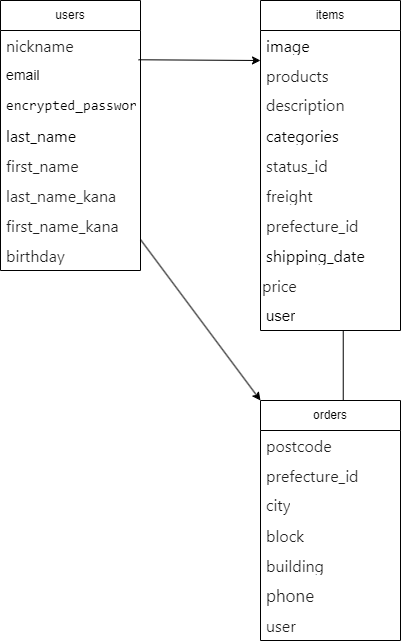
Before: tet.png, a diagram exported from draw.io (AYUMUNISHI/furima-40934). Source tidied: cells renumbered, new cells last; positions are measured from the earlier drawing's top-left corner, leaving out a move shared by most shapes.
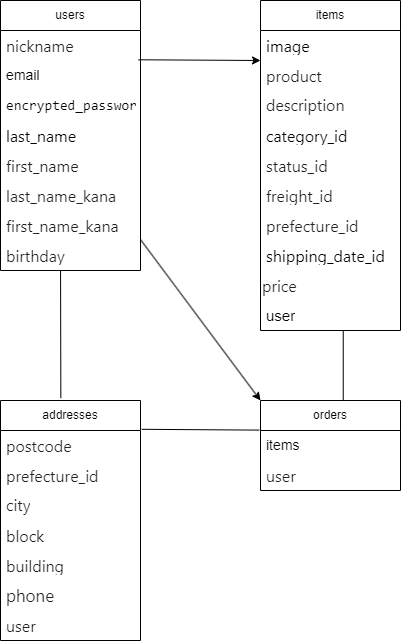
The same diagram one commit later.

Change to the diagram source:
```diff
@@ -35,25 +35,25 @@
     <mxCell id="12" value="&lt;font face=&quot;YakuHanJPs, -apple-system, BlinkMacSystemFont, Segoe UI, Hiragino Sans, Hiragino Kaku Gothic ProN, Meiryo, sans-serif&quot;&gt;&lt;span style=&quot;font-size: 16px;&quot;&gt;image&lt;/span&gt;&lt;/font&gt;" style="text;align=left;verticalAlign=middle;spacingLeft=4;spacingRight=4;overflow=hidden;html=1;labelBackgroundColor=default;" parent="11" vertex="1">
       <mxGeometry y="30" width="140" height="30" as="geometry" />
     </mxCell>
-    <mxCell id="13" value="&lt;span style=&quot;color: rgba(0, 0, 0, 0.87); font-family: YakuHanJPs, -apple-system, BlinkMacSystemFont, &amp;quot;Segoe UI&amp;quot;, &amp;quot;Hiragino Sans&amp;quot;, &amp;quot;Hiragino Kaku Gothic ProN&amp;quot;, Meiryo, sans-serif; font-size: 16px; text-align: right;&quot;&gt;products&lt;/span&gt;" style="text;strokeColor=none;fillColor=none;align=left;verticalAlign=middle;spacingLeft=4;spacingRight=4;overflow=hidden;points=[[0,0.5],[1,0.5]];portConstraint=eastwest;whiteSpace=wrap;html=1;labelBackgroundColor=default;" parent="11" vertex="1">
+    <mxCell id="13" value="&lt;span style=&quot;color: rgba(0, 0, 0, 0.87); font-family: YakuHanJPs, -apple-system, BlinkMacSystemFont, &amp;quot;Segoe UI&amp;quot;, &amp;quot;Hiragino Sans&amp;quot;, &amp;quot;Hiragino Kaku Gothic ProN&amp;quot;, Meiryo, sans-serif; font-size: 16px; text-align: right;&quot;&gt;product&lt;/span&gt;" style="text;strokeColor=none;fillColor=none;align=left;verticalAlign=middle;spacingLeft=4;spacingRight=4;overflow=hidden;points=[[0,0.5],[1,0.5]];portConstraint=eastwest;whiteSpace=wrap;html=1;labelBackgroundColor=default;" parent="11" vertex="1">
       <mxGeometry y="60" width="140" height="30" as="geometry" />
     </mxCell>
     <mxCell id="14" value="&lt;div style=&quot;font-family: Consolas, &amp;quot;Courier New&amp;quot;, monospace; font-size: 14px; line-height: 19px;&quot;&gt;&lt;span style=&quot;color: rgba(0, 0, 0, 0.87); font-family: YakuHanJPs, -apple-system, BlinkMacSystemFont, &amp;quot;Segoe UI&amp;quot;, &amp;quot;Hiragino Sans&amp;quot;, &amp;quot;Hiragino Kaku Gothic ProN&amp;quot;, Meiryo, sans-serif; font-size: 16px;&quot;&gt;description&lt;/span&gt;&lt;br&gt;&lt;/div&gt;" style="text;strokeColor=none;fillColor=none;align=left;verticalAlign=middle;spacingLeft=4;spacingRight=4;overflow=hidden;whiteSpace=wrap;html=1;labelBackgroundColor=default;" parent="11" vertex="1">
       <mxGeometry y="90" width="140" height="30" as="geometry" />
     </mxCell>
-    <mxCell id="15" value="&lt;div style=&quot;text-align: right;&quot;&gt;&lt;font face=&quot;YakuHanJPs, -apple-system, BlinkMacSystemFont, Segoe UI, Hiragino Sans, Hiragino Kaku Gothic ProN, Meiryo, sans-serif&quot;&gt;&lt;span style=&quot;font-size: 16px;&quot;&gt;categories&lt;/span&gt;&lt;/font&gt;&lt;/div&gt;" style="text;strokeColor=none;fillColor=none;align=left;verticalAlign=middle;spacingLeft=4;spacingRight=4;overflow=hidden;whiteSpace=wrap;html=1;labelBackgroundColor=default;" parent="11" vertex="1">
+    <mxCell id="15" value="&lt;div style=&quot;text-align: right;&quot;&gt;&lt;font face=&quot;YakuHanJPs, -apple-system, BlinkMacSystemFont, Segoe UI, Hiragino Sans, Hiragino Kaku Gothic ProN, Meiryo, sans-serif&quot;&gt;&lt;span style=&quot;font-size: 16px;&quot;&gt;category_id&lt;/span&gt;&lt;/font&gt;&lt;/div&gt;" style="text;strokeColor=none;fillColor=none;align=left;verticalAlign=middle;spacingLeft=4;spacingRight=4;overflow=hidden;whiteSpace=wrap;html=1;labelBackgroundColor=default;" parent="11" vertex="1">
       <mxGeometry y="120" width="140" height="30" as="geometry" />
     </mxCell>
     <mxCell id="16" value="&lt;span style=&quot;color: rgba(0, 0, 0, 0.87); font-family: YakuHanJPs, -apple-system, BlinkMacSystemFont, &amp;quot;Segoe UI&amp;quot;, &amp;quot;Hiragino Sans&amp;quot;, &amp;quot;Hiragino Kaku Gothic ProN&amp;quot;, Meiryo, sans-serif; font-size: 16px; text-align: right; background-color: rgb(255, 255, 255);&quot;&gt;status_id&lt;/span&gt;" style="text;strokeColor=none;fillColor=none;align=left;verticalAlign=middle;spacingLeft=4;spacingRight=4;overflow=hidden;whiteSpace=wrap;html=1;labelBackgroundColor=default;" parent="11" vertex="1">
       <mxGeometry y="150" width="140" height="30" as="geometry" />
     </mxCell>
-    <mxCell id="17" value="&lt;span style=&quot;color: rgba(0, 0, 0, 0.87); font-family: YakuHanJPs, -apple-system, BlinkMacSystemFont, &amp;quot;Segoe UI&amp;quot;, &amp;quot;Hiragino Sans&amp;quot;, &amp;quot;Hiragino Kaku Gothic ProN&amp;quot;, Meiryo, sans-serif; font-size: 16px;&quot;&gt;freight&lt;/span&gt;" style="text;strokeColor=none;fillColor=none;align=left;verticalAlign=middle;spacingLeft=4;spacingRight=4;overflow=hidden;whiteSpace=wrap;html=1;" parent="11" vertex="1">
+    <mxCell id="17" value="&lt;span style=&quot;color: rgba(0, 0, 0, 0.87); font-family: YakuHanJPs, -apple-system, BlinkMacSystemFont, &amp;quot;Segoe UI&amp;quot;, &amp;quot;Hiragino Sans&amp;quot;, &amp;quot;Hiragino Kaku Gothic ProN&amp;quot;, Meiryo, sans-serif; font-size: 16px;&quot;&gt;freight_id&lt;/span&gt;" style="text;strokeColor=none;fillColor=none;align=left;verticalAlign=middle;spacingLeft=4;spacingRight=4;overflow=hidden;whiteSpace=wrap;html=1;" parent="11" vertex="1">
       <mxGeometry y="180" width="140" height="30" as="geometry" />
     </mxCell>
     <mxCell id="18" value="&lt;span style=&quot;color: rgba(0, 0, 0, 0.87); font-family: YakuHanJPs, -apple-system, BlinkMacSystemFont, &amp;quot;Segoe UI&amp;quot;, &amp;quot;Hiragino Sans&amp;quot;, &amp;quot;Hiragino Kaku Gothic ProN&amp;quot;, Meiryo, sans-serif; font-size: 16px; text-align: right;&quot;&gt;prefecture_id&lt;/span&gt;" style="text;strokeColor=none;fillColor=none;align=left;verticalAlign=middle;spacingLeft=4;spacingRight=4;overflow=hidden;whiteSpace=wrap;html=1;labelBackgroundColor=default;" parent="11" vertex="1">
       <mxGeometry y="210" width="140" height="30" as="geometry" />
     </mxCell>
-    <mxCell id="19" value="&lt;div style=&quot;text-align: right;&quot;&gt;&lt;font face=&quot;YakuHanJPs, -apple-system, BlinkMacSystemFont, Segoe UI, Hiragino Sans, Hiragino Kaku Gothic ProN, Meiryo, sans-serif&quot;&gt;&lt;span style=&quot;font-size: 16px;&quot;&gt;shipping_date&lt;/span&gt;&lt;/font&gt;&lt;/div&gt;" style="text;strokeColor=none;fillColor=none;align=left;verticalAlign=middle;spacingLeft=4;spacingRight=4;overflow=hidden;whiteSpace=wrap;html=1;labelBackgroundColor=default;" parent="11" vertex="1">
+    <mxCell id="19" value="&lt;div style=&quot;text-align: right;&quot;&gt;&lt;font face=&quot;YakuHanJPs, -apple-system, BlinkMacSystemFont, Segoe UI, Hiragino Sans, Hiragino Kaku Gothic ProN, Meiryo, sans-serif&quot;&gt;&lt;span style=&quot;font-size: 16px;&quot;&gt;shipping_date_id&lt;/span&gt;&lt;/font&gt;&lt;/div&gt;" style="text;strokeColor=none;fillColor=none;align=left;verticalAlign=middle;spacingLeft=4;spacingRight=4;overflow=hidden;whiteSpace=wrap;html=1;labelBackgroundColor=default;" parent="11" vertex="1">
       <mxGeometry y="240" width="140" height="30" as="geometry" />
     </mxCell>
     <mxCell id="20" value="&lt;span style=&quot;color: rgba(0, 0, 0, 0.87); font-family: YakuHanJPs, -apple-system, BlinkMacSystemFont, &amp;quot;Segoe UI&amp;quot;, &amp;quot;Hiragino Sans&amp;quot;, &amp;quot;Hiragino Kaku Gothic ProN&amp;quot;, Meiryo, sans-serif; font-size: 16px;&quot;&gt;price&lt;/span&gt;" style="text;html=1;strokeColor=none;fillColor=none;align=left;verticalAlign=middle;whiteSpace=wrap;rounded=0;labelBackgroundColor=#FFFFFF;fontSize=15;fontColor=#000000;" parent="11" vertex="1">
@@ -63,37 +63,52 @@
       <mxGeometry y="300" width="140" height="30" as="geometry" />
     </mxCell>
     <mxCell id="22" value="orders" style="swimlane;fontStyle=0;horizontal=1;startSize=30;whiteSpace=wrap;html=1;labelBackgroundColor=default;" parent="1" vertex="1">
-      <mxGeometry x="260" y="400" width="140" height="240" as="geometry" />
+      <mxGeometry x="260" y="400" width="140" height="90" as="geometry" />
     </mxCell>
-    <mxCell id="23" value="&lt;span style=&quot;color: rgba(0, 0, 0, 0.87); font-family: YakuHanJPs, -apple-system, BlinkMacSystemFont, &amp;quot;Segoe UI&amp;quot;, &amp;quot;Hiragino Sans&amp;quot;, &amp;quot;Hiragino Kaku Gothic ProN&amp;quot;, Meiryo, sans-serif; font-size: 16px; text-align: right; background-color: rgb(255, 255, 255);&quot;&gt;postcode&lt;/span&gt;" style="text;align=left;verticalAlign=middle;spacingLeft=4;spacingRight=4;overflow=hidden;points=[[0,0.5],[1,0.5]];portConstraint=eastwest;html=1;labelBackgroundColor=default;" parent="22" vertex="1">
+    <mxCell id="23" value="&lt;span style=&quot;text-align: center;&quot;&gt;&lt;font style=&quot;font-size: 14px;&quot;&gt;items&lt;/font&gt;&lt;/span&gt;" style="text;align=left;verticalAlign=middle;spacingLeft=4;spacingRight=4;overflow=hidden;points=[[0,0.5],[1,0.5]];portConstraint=eastwest;html=1;labelBackgroundColor=default;" parent="22" vertex="1">
       <mxGeometry y="30" width="140" height="30" as="geometry" />
     </mxCell>
+    <mxCell id="29" value="&lt;span style=&quot;color: rgba(0, 0, 0, 0.87); font-family: YakuHanJPs, -apple-system, BlinkMacSystemFont, &amp;quot;Segoe UI&amp;quot;, &amp;quot;Hiragino Sans&amp;quot;, &amp;quot;Hiragino Kaku Gothic ProN&amp;quot;, Meiryo, sans-serif; font-size: 16px;&quot;&gt;user&lt;/span&gt;" style="text;strokeColor=none;fillColor=none;align=left;verticalAlign=middle;spacingLeft=4;spacingRight=4;overflow=hidden;whiteSpace=wrap;html=1;" parent="22" vertex="1">
+      <mxGeometry y="60" width="140" height="30" as="geometry" />
+    </mxCell>
+    <mxCell id="30" style="endArrow=classic;html=1;fontSize=15;fontColor=#000000;entryX=0;entryY=0;entryDx=0;entryDy=0;entryPerimeter=0;exitX=0.986;exitY=-0.024;exitDx=0;exitDy=0;exitPerimeter=0;" parent="1" edge="1" source="4" target="13">
+      <mxGeometry relative="1" as="geometry" />
+    </mxCell>
+    <mxCell id="31" style="endArrow=classic;html=1;fontSize=15;fontColor=#000000;entryX=0;entryY=0;entryDx=0;entryDy=0;exitX=1.003;exitY=0.987;exitDx=0;exitDy=0;exitPerimeter=0;" parent="1" edge="1" source="9" target="22">
+      <mxGeometry relative="1" as="geometry" />
+    </mxCell>
+    <mxCell id="32" style="endArrow=none;html=1;fontSize=15;fontColor=#000000;entryX=0.591;entryY=0.987;entryDx=0;entryDy=0;entryPerimeter=0;exitX=0.591;exitY=0;exitDx=0;exitDy=0;exitPerimeter=0;" parent="1" edge="1" source="22" target="21">
+      <mxGeometry relative="1" as="geometry" />
+    </mxCell>
+    <mxCell id="33" value="addresses" style="swimlane;fontStyle=0;horizontal=1;startSize=30;whiteSpace=wrap;html=1;labelBackgroundColor=default;" parent="1" vertex="1">
+      <mxGeometry y="400" width="140" height="240" as="geometry" />
+    </mxCell>
+    <mxCell id="34" value="&lt;span style=&quot;color: rgba(0, 0, 0, 0.87); font-family: YakuHanJPs, -apple-system, BlinkMacSystemFont, &amp;quot;Segoe UI&amp;quot;, &amp;quot;Hiragino Sans&amp;quot;, &amp;quot;Hiragino Kaku Gothic ProN&amp;quot;, Meiryo, sans-serif; font-size: 16px; text-align: right; background-color: rgb(255, 255, 255);&quot;&gt;postcode&lt;/span&gt;" style="text;align=left;verticalAlign=middle;spacingLeft=4;spacingRight=4;overflow=hidden;points=[[0,0.5],[1,0.5]];portConstraint=eastwest;html=1;labelBackgroundColor=default;" parent="33" vertex="1">
+      <mxGeometry y="30" width="140" height="30" as="geometry" />
+    </mxCell>
-    <mxCell id="24" value="&lt;span style=&quot;color: rgba(0, 0, 0, 0.87); font-family: YakuHanJPs, -apple-system, BlinkMacSystemFont, &amp;quot;Segoe UI&amp;quot;, &amp;quot;Hiragino Sans&amp;quot;, &amp;quot;Hiragino Kaku Gothic ProN&amp;quot;, Meiryo, sans-serif; font-size: 16px; text-align: right;&quot;&gt;prefecture_id&lt;/span&gt;" style="text;strokeColor=none;fillColor=none;align=left;verticalAlign=middle;spacingLeft=4;spacingRight=4;overflow=hidden;whiteSpace=wrap;html=1;labelBackgroundColor=default;" parent="22" vertex="1">
+    <mxCell id="24" value="&lt;span style=&quot;color: rgba(0, 0, 0, 0.87); font-family: YakuHanJPs, -apple-system, BlinkMacSystemFont, &amp;quot;Segoe UI&amp;quot;, &amp;quot;Hiragino Sans&amp;quot;, &amp;quot;Hiragino Kaku Gothic ProN&amp;quot;, Meiryo, sans-serif; font-size: 16px; text-align: right;&quot;&gt;prefecture_id&lt;/span&gt;" style="text;strokeColor=none;fillColor=none;align=left;verticalAlign=middle;spacingLeft=4;spacingRight=4;overflow=hidden;whiteSpace=wrap;html=1;labelBackgroundColor=default;" parent="33" vertex="1">
       <mxGeometry y="60" width="140" height="30" as="geometry" />
     </mxCell>
-    <mxCell id="25" value="&lt;div style=&quot;font-family: Consolas, &amp;quot;Courier New&amp;quot;, monospace; font-size: 14px; line-height: 19px;&quot;&gt;&lt;span style=&quot;color: rgba(0, 0, 0, 0.87); font-family: YakuHanJPs, -apple-system, BlinkMacSystemFont, &amp;quot;Segoe UI&amp;quot;, &amp;quot;Hiragino Sans&amp;quot;, &amp;quot;Hiragino Kaku Gothic ProN&amp;quot;, Meiryo, sans-serif; font-size: 16px; text-align: right; background-color: rgb(255, 255, 255);&quot;&gt;city&lt;/span&gt;&lt;br&gt;&lt;/div&gt;" style="text;strokeColor=none;fillColor=none;align=left;verticalAlign=middle;spacingLeft=4;spacingRight=4;overflow=hidden;whiteSpace=wrap;html=1;labelBackgroundColor=default;" parent="22" vertex="1">
+    <mxCell id="25" value="&lt;div style=&quot;font-family: Consolas, &amp;quot;Courier New&amp;quot;, monospace; font-size: 14px; line-height: 19px;&quot;&gt;&lt;span style=&quot;color: rgba(0, 0, 0, 0.87); font-family: YakuHanJPs, -apple-system, BlinkMacSystemFont, &amp;quot;Segoe UI&amp;quot;, &amp;quot;Hiragino Sans&amp;quot;, &amp;quot;Hiragino Kaku Gothic ProN&amp;quot;, Meiryo, sans-serif; font-size: 16px; text-align: right; background-color: rgb(255, 255, 255);&quot;&gt;city&lt;/span&gt;&lt;br&gt;&lt;/div&gt;" style="text;strokeColor=none;fillColor=none;align=left;verticalAlign=middle;spacingLeft=4;spacingRight=4;overflow=hidden;whiteSpace=wrap;html=1;labelBackgroundColor=default;" parent="33" vertex="1">
       <mxGeometry y="90" width="140" height="30" as="geometry" />
     </mxCell>
-    <mxCell id="26" value="&lt;div style=&quot;text-align: right;&quot;&gt;&lt;span style=&quot;color: rgba(0, 0, 0, 0.87); font-family: YakuHanJPs, -apple-system, BlinkMacSystemFont, &amp;quot;Segoe UI&amp;quot;, &amp;quot;Hiragino Sans&amp;quot;, &amp;quot;Hiragino Kaku Gothic ProN&amp;quot;, Meiryo, sans-serif; font-size: 16px;&quot;&gt;block&lt;/span&gt;&lt;br&gt;&lt;/div&gt;" style="text;strokeColor=none;fillColor=none;align=left;verticalAlign=middle;spacingLeft=4;spacingRight=4;overflow=hidden;whiteSpace=wrap;html=1;labelBackgroundColor=default;" parent="22" vertex="1">
+    <mxCell id="26" value="&lt;div style=&quot;text-align: right;&quot;&gt;&lt;span style=&quot;color: rgba(0, 0, 0, 0.87); font-family: YakuHanJPs, -apple-system, BlinkMacSystemFont, &amp;quot;Segoe UI&amp;quot;, &amp;quot;Hiragino Sans&amp;quot;, &amp;quot;Hiragino Kaku Gothic ProN&amp;quot;, Meiryo, sans-serif; font-size: 16px;&quot;&gt;block&lt;/span&gt;&lt;br&gt;&lt;/div&gt;" style="text;strokeColor=none;fillColor=none;align=left;verticalAlign=middle;spacingLeft=4;spacingRight=4;overflow=hidden;whiteSpace=wrap;html=1;labelBackgroundColor=default;" parent="33" vertex="1">
       <mxGeometry y="120" width="140" height="30" as="geometry" />
     </mxCell>
-    <mxCell id="27" value="&lt;span style=&quot;color: rgba(0, 0, 0, 0.87); font-family: YakuHanJPs, -apple-system, BlinkMacSystemFont, &amp;quot;Segoe UI&amp;quot;, &amp;quot;Hiragino Sans&amp;quot;, &amp;quot;Hiragino Kaku Gothic ProN&amp;quot;, Meiryo, sans-serif; font-size: 16px; text-align: right; background-color: rgb(255, 255, 255);&quot;&gt;building&lt;/span&gt;" style="text;strokeColor=none;fillColor=none;align=left;verticalAlign=middle;spacingLeft=4;spacingRight=4;overflow=hidden;whiteSpace=wrap;html=1;labelBackgroundColor=default;" parent="22" vertex="1">
+    <mxCell id="27" value="&lt;span style=&quot;color: rgba(0, 0, 0, 0.87); font-family: YakuHanJPs, -apple-system, BlinkMacSystemFont, &amp;quot;Segoe UI&amp;quot;, &amp;quot;Hiragino Sans&amp;quot;, &amp;quot;Hiragino Kaku Gothic ProN&amp;quot;, Meiryo, sans-serif; font-size: 16px; text-align: right; background-color: rgb(255, 255, 255);&quot;&gt;building&lt;/span&gt;" style="text;strokeColor=none;fillColor=none;align=left;verticalAlign=middle;spacingLeft=4;spacingRight=4;overflow=hidden;whiteSpace=wrap;html=1;labelBackgroundColor=default;" parent="33" vertex="1">
       <mxGeometry y="150" width="140" height="30" as="geometry" />
     </mxCell>
-    <mxCell id="28" value="&lt;span style=&quot;color: rgba(0, 0, 0, 0.87); font-family: YakuHanJPs, -apple-system, BlinkMacSystemFont, &amp;quot;Segoe UI&amp;quot;, &amp;quot;Hiragino Sans&amp;quot;, &amp;quot;Hiragino Kaku Gothic ProN&amp;quot;, Meiryo, sans-serif; font-size: 17px; background-color: rgb(255, 255, 255);&quot;&gt;phone&lt;/span&gt;" style="text;strokeColor=none;fillColor=none;align=left;verticalAlign=middle;spacingLeft=4;spacingRight=4;overflow=hidden;whiteSpace=wrap;html=1;" parent="22" vertex="1">
+    <mxCell id="28" value="&lt;span style=&quot;color: rgba(0, 0, 0, 0.87); font-family: YakuHanJPs, -apple-system, BlinkMacSystemFont, &amp;quot;Segoe UI&amp;quot;, &amp;quot;Hiragino Sans&amp;quot;, &amp;quot;Hiragino Kaku Gothic ProN&amp;quot;, Meiryo, sans-serif; font-size: 17px; background-color: rgb(255, 255, 255);&quot;&gt;phone&lt;/span&gt;" style="text;strokeColor=none;fillColor=none;align=left;verticalAlign=middle;spacingLeft=4;spacingRight=4;overflow=hidden;whiteSpace=wrap;html=1;" parent="33" vertex="1">
       <mxGeometry y="180" width="140" height="30" as="geometry" />
     </mxCell>
-    <mxCell id="29" value="&lt;span style=&quot;color: rgba(0, 0, 0, 0.87); font-family: YakuHanJPs, -apple-system, BlinkMacSystemFont, &amp;quot;Segoe UI&amp;quot;, &amp;quot;Hiragino Sans&amp;quot;, &amp;quot;Hiragino Kaku Gothic ProN&amp;quot;, Meiryo, sans-serif; font-size: 16px;&quot;&gt;user&lt;/span&gt;" style="text;strokeColor=none;fillColor=none;align=left;verticalAlign=middle;spacingLeft=4;spacingRight=4;overflow=hidden;whiteSpace=wrap;html=1;" parent="22" vertex="1">
-      <mxGeometry y="210" width="140" height="30" as="geometry" />
-    </mxCell>
-    <mxCell id="30" style="endArrow=classic;html=1;fontSize=15;fontColor=#000000;entryX=0;entryY=0;entryDx=0;entryDy=0;entryPerimeter=0;exitX=0.986;exitY=-0.024;exitDx=0;exitDy=0;exitPerimeter=0;" parent="1" edge="1" source="4" target="13">
-      <mxGeometry relative="1" as="geometry" />
-    </mxCell>
-    <mxCell id="31" style="endArrow=classic;html=1;fontSize=15;fontColor=#000000;entryX=0;entryY=0;entryDx=0;entryDy=0;exitX=1.003;exitY=0.987;exitDx=0;exitDy=0;exitPerimeter=0;" parent="1" edge="1" source="9" target="22">
-      <mxGeometry relative="1" as="geometry" />
-    </mxCell>
-    <mxCell id="32" style="endArrow=none;html=1;fontSize=15;fontColor=#000000;entryX=0.591;entryY=0.987;entryDx=0;entryDy=0;entryPerimeter=0;exitX=0.591;exitY=0;exitDx=0;exitDy=0;exitPerimeter=0;" parent="1" edge="1" source="22" target="21">
-      <mxGeometry relative="1" as="geometry" />
-    </mxCell>
+    <mxCell id="35" value="&lt;span style=&quot;color: rgba(0, 0, 0, 0.87); font-family: YakuHanJPs, -apple-system, BlinkMacSystemFont, &amp;quot;Segoe UI&amp;quot;, &amp;quot;Hiragino Sans&amp;quot;, &amp;quot;Hiragino Kaku Gothic ProN&amp;quot;, Meiryo, sans-serif; font-size: 16px;&quot;&gt;user&lt;/span&gt;" style="text;strokeColor=none;fillColor=none;align=left;verticalAlign=middle;spacingLeft=4;spacingRight=4;overflow=hidden;whiteSpace=wrap;html=1;" parent="33" vertex="1">
+      <mxGeometry y="210" width="140" height="30" as="geometry" />
+    </mxCell>
+    <mxCell id="36" style="endArrow=none;html=1;fontSize=14;entryX=-0.009;entryY=-0.013;entryDx=0;entryDy=0;entryPerimeter=0;exitX=1.009;exitY=-0.04;exitDx=0;exitDy=0;exitPerimeter=0;" parent="1" edge="1" source="34" target="23">
+      <mxGeometry relative="1" as="geometry" />
+    </mxCell>
+    <mxCell id="37" style="endArrow=none;html=1;fontSize=14;entryX=0.429;entryY=1;entryDx=0;entryDy=0;entryPerimeter=0;exitX=0.431;exitY=-0.01;exitDx=0;exitDy=0;exitPerimeter=0;" parent="1" edge="1" source="33" target="10">
+      <mxGeometry relative="1" as="geometry" />
+    </mxCell>
   </root>
 </mxGraphModel>
```
